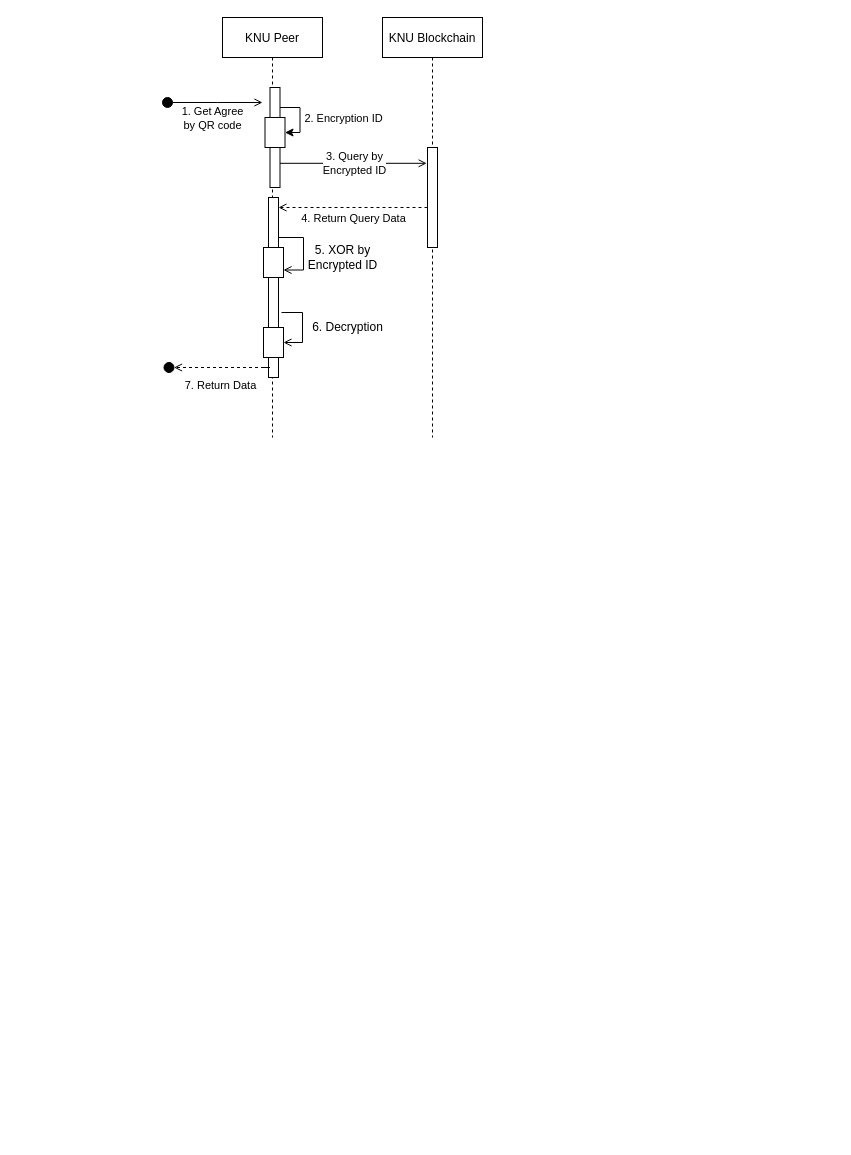
Above: page "query" (3 of 3) of Sequence Diagram.drawio in GunhyungKim/TrackingSystem (draw.io), before the change. Source tidied: cells renumbered, new cells numbered last; positions are measured from the earlier drawing's top-left corner, leaving out a move shared by most shapes. Both pictures are drawn from the tidied source at 100%, with x=0, y=0 at pixel (162, 17).
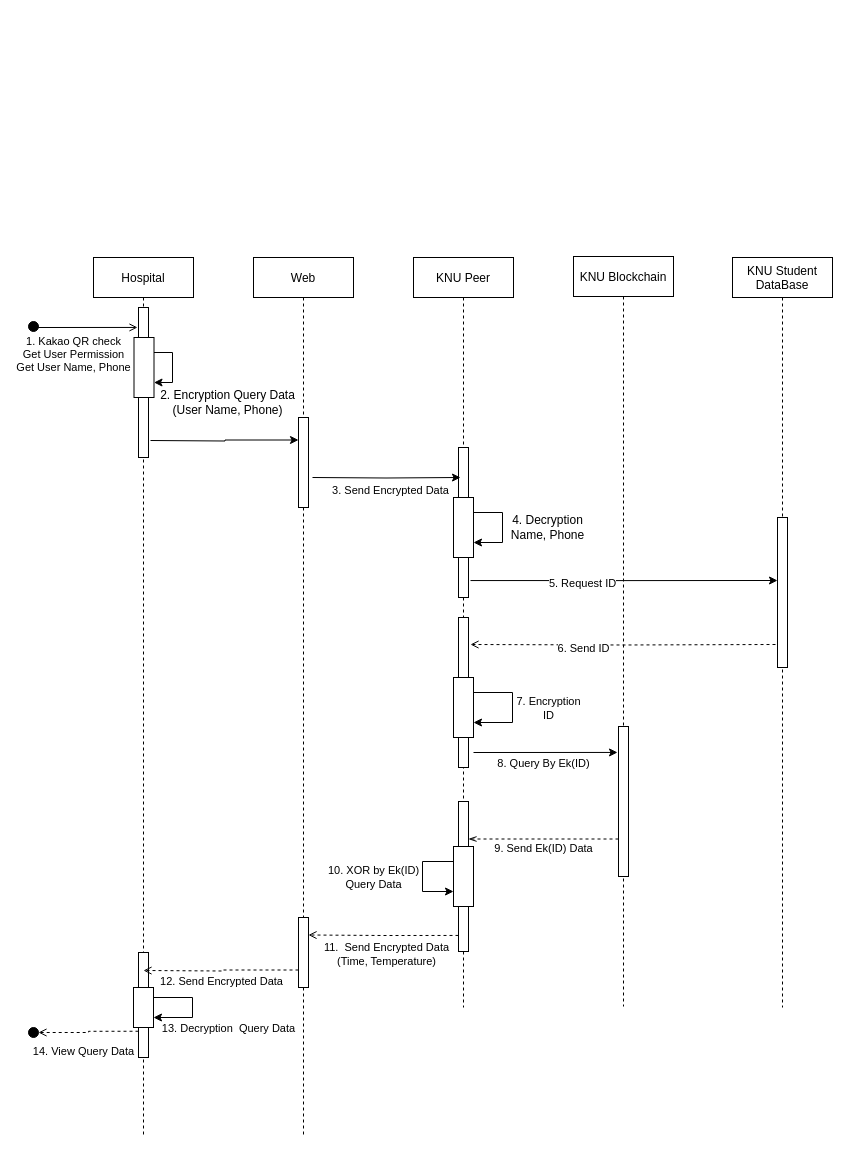
After the change.

Change to the diagram source:
```diff
@@
+    <mxCell id="26" value="Web" style="shape=umlLifeline;perimeter=lifelinePerimeter;rounded=0;shadow=0;strokeWidth=1;" parent="1" vertex="1">
+      <mxGeometry x="91" y="240" width="100" height="880" as="geometry" />
+    </mxCell>
+    <mxCell id="27" style="rounded=0;whiteSpace=wrap;html=1;" parent="26" vertex="1">
+      <mxGeometry x="45" y="160" width="10" height="90" as="geometry" />
+    </mxCell>
+    <mxCell id="28" style="rounded=0;whiteSpace=wrap;html=1;" parent="26" vertex="1">
+      <mxGeometry x="45" y="660" width="10" height="70" as="geometry" />
+    </mxCell>
+    <mxCell id="4" value="KNU Peer" style="shape=umlLifeline;perimeter=lifelinePerimeter;rounded=0;shadow=0;strokeWidth=1;" parent="1" vertex="1">
+      <mxGeometry x="251" y="240" width="100" height="750" as="geometry" />
+    </mxCell>
+    <mxCell id="29" style="rounded=0;whiteSpace=wrap;html=1;" parent="4" vertex="1">
+      <mxGeometry x="45" y="190" width="10" height="150" as="geometry" />
+    </mxCell>
+    <mxCell id="30" style="rounded=0;whiteSpace=wrap;html=1;fillColor=#FFFFFF;" parent="4" vertex="1">
+      <mxGeometry x="40" y="240" width="20" height="60" as="geometry" />
+    </mxCell>
+    <mxCell id="31" style="edgeStyle=orthogonalEdgeStyle;rounded=0;orthogonalLoop=1;jettySize=auto;html=1;exitX=1;exitY=0.25;exitDx=0;exitDy=0;entryX=1;entryY=0.75;entryDx=0;entryDy=0;" parent="4" edge="1" source="30" target="30">
+      <mxGeometry relative="1" as="geometry">
+        <Array as="points">
+          <mxPoint x="89" y="255" />
+          <mxPoint x="89" y="285" />
+        </Array>
+      </mxGeometry>
+    </mxCell>
+    <mxCell id="32" style="rounded=0;whiteSpace=wrap;html=1;" parent="4" vertex="1">
+      <mxGeometry x="45" y="360" width="10" height="150" as="geometry" />
+    </mxCell>
+    <mxCell id="33" style="rounded=0;whiteSpace=wrap;html=1;fillColor=#FFFFFF;" parent="4" vertex="1">
+      <mxGeometry x="40" y="420" width="20" height="60" as="geometry" />
+    </mxCell>
+    <mxCell id="34" style="edgeStyle=orthogonalEdgeStyle;rounded=0;orthogonalLoop=1;jettySize=auto;html=1;exitX=1;exitY=0.25;exitDx=0;exitDy=0;entryX=1;entryY=0.75;entryDx=0;entryDy=0;" parent="4" edge="1" source="33" target="33">
+      <mxGeometry relative="1" as="geometry">
+        <Array as="points">
+          <mxPoint x="99" y="435" />
+          <mxPoint x="99" y="465" />
+        </Array>
+      </mxGeometry>
+    </mxCell>
+    <mxCell id="35" value="7. Encryption&lt;br&gt;ID" style="edgeLabel;html=1;align=center;verticalAlign=middle;" parent="34" vertex="1">
+      <mxGeometry x="-0.28" y="-6" relative="1" as="geometry">
+        <mxPoint x="41" y="15" as="offset" />
+      </mxGeometry>
+    </mxCell>
+    <mxCell id="36" style="rounded=0;whiteSpace=wrap;html=1;" parent="4" vertex="1">
+      <mxGeometry x="45" y="544" width="10" height="150" as="geometry" />
+    </mxCell>
+    <mxCell id="37" style="rounded=0;whiteSpace=wrap;html=1;fillColor=#FFFFFF;" parent="4" vertex="1">
+      <mxGeometry x="40" y="589" width="20" height="60" as="geometry" />
+    </mxCell>
+    <mxCell id="38" style="edgeStyle=orthogonalEdgeStyle;rounded=0;orthogonalLoop=1;jettySize=auto;html=1;exitX=0;exitY=0.25;exitDx=0;exitDy=0;entryX=0;entryY=0.75;entryDx=0;entryDy=0;endArrow=classic;endFill=1;" parent="4" edge="1" source="37" target="37">
+      <mxGeometry relative="1" as="geometry">
+        <Array as="points">
+          <mxPoint x="9" y="604" />
+          <mxPoint x="9" y="634" />
+        </Array>
+      </mxGeometry>
+    </mxCell>
+    <mxCell id="39" value="10. XOR by Ek(ID)&lt;br&gt;Query Data" style="edgeLabel;html=1;align=center;verticalAlign=middle;" parent="38" vertex="1">
+      <mxGeometry x="-0.41" y="-3" relative="1" as="geometry">
+        <mxPoint x="-54" y="18" as="offset" />
+      </mxGeometry>
+    </mxCell>
     <mxCell id="2" value="KNU Blockchain" style="shape=umlLifeline;perimeter=lifelinePerimeter;rounded=0;shadow=0;strokeWidth=1;" parent="1" vertex="1">
-      <mxGeometry x="220" width="100" height="420" as="geometry" />
+      <mxGeometry x="411" y="239" width="100" height="750" as="geometry" />
     </mxCell>
-    <mxCell id="3" style="rounded=0;whiteSpace=wrap;html=1;" parent="2" vertex="1">
-      <mxGeometry x="45" y="130" width="10" height="100" as="geometry" />
-    </mxCell>
-    <mxCell id="4" value="KNU Peer" style="shape=umlLifeline;perimeter=lifelinePerimeter;rounded=0;shadow=0;strokeWidth=1;" parent="1" vertex="1">
-      <mxGeometry x="60" width="100" height="420" as="geometry" />
-    </mxCell>
-    <mxCell id="5" style="edgeStyle=orthogonalEdgeStyle;rounded=0;jettySize=auto;html=1;entryX=1;entryY=0.75;entryDx=0;entryDy=0;endArrow=open;endFill=0;" parent="4" edge="1" target="8">
-      <mxGeometry relative="1" as="geometry">
-        <mxPoint x="51" y="220" as="sourcePoint" />
-        <Array as="points">
-          <mxPoint x="56" y="220" />
-          <mxPoint x="81" y="220" />
-          <mxPoint x="81" y="253" />
-        </Array>
-      </mxGeometry>
-    </mxCell>
-    <mxCell id="6" style="edgeStyle=orthogonalEdgeStyle;rounded=0;jettySize=auto;html=1;exitX=1.3;exitY=0.639;exitDx=0;exitDy=0;entryX=1;entryY=0.5;entryDx=0;entryDy=0;endArrow=open;endFill=0;exitPerimeter=0;" parent="4" edge="1" source="7" target="9">
-      <mxGeometry relative="1" as="geometry">
-        <Array as="points">
-          <mxPoint x="80" y="295" />
-          <mxPoint x="80" y="325" />
-        </Array>
-      </mxGeometry>
-    </mxCell>
-    <mxCell id="7" style="rounded=0;whiteSpace=wrap;html=1;" parent="4" vertex="1">
-      <mxGeometry x="46" y="180" width="10" height="180" as="geometry" />
-    </mxCell>
-    <mxCell id="8" style="rounded=0;whiteSpace=wrap;html=1;fillColor=#FFFFFF;" parent="4" vertex="1">
-      <mxGeometry x="41" y="230" width="20" height="30" as="geometry" />
-    </mxCell>
-    <mxCell id="9" style="rounded=0;whiteSpace=wrap;html=1;fillColor=#FFFFFF;" parent="4" vertex="1">
-      <mxGeometry x="41" y="310" width="20" height="30" as="geometry" />
-    </mxCell>
-    <mxCell id="10" style="edgeStyle=orthogonalEdgeStyle;rounded=0;jettySize=auto;html=1;exitX=1;exitY=0.5;exitDx=0;exitDy=0;endArrow=open;endFill=0;" parent="1" edge="1" source="12">
-      <mxGeometry relative="1" as="geometry">
-        <mxPoint x="100" y="85" as="targetPoint" />
-      </mxGeometry>
-    </mxCell>
-    <mxCell id="11" value="1. Get Agree&lt;br&gt;by QR code" style="edgeLabel;html=1;align=center;verticalAlign=middle;" parent="10" vertex="1">
-      <mxGeometry x="0.26" y="1" relative="1" as="geometry">
-        <mxPoint x="-16.7" y="16" as="offset" />
-      </mxGeometry>
-    </mxCell>
-    <mxCell id="12" style="ellipse;whiteSpace=wrap;html=1;fillColor=#000000;" parent="1" vertex="1">
-      <mxGeometry y="80" width="10" height="10" as="geometry" />
-    </mxCell>
-    <mxCell id="13" style="edgeStyle=orthogonalEdgeStyle;rounded=0;jettySize=auto;html=1;entryX=1;entryY=0.5;entryDx=0;entryDy=0;" parent="1" edge="1" source="17" target="18">
-      <mxGeometry relative="1" as="geometry">
-        <Array as="points">
-          <mxPoint x="137.5" y="90" />
-          <mxPoint x="137.5" y="115" />
-        </Array>
-      </mxGeometry>
-    </mxCell>
-    <mxCell id="14" value="2. Encryption ID" style="edgeLabel;html=1;align=center;verticalAlign=middle;" parent="13" vertex="1">
-      <mxGeometry x="-0.5" y="-12" relative="1" as="geometry">
-        <mxPoint x="47.5" y="-2" as="offset" />
-      </mxGeometry>
-    </mxCell>
-    <mxCell id="15" style="edgeStyle=orthogonalEdgeStyle;rounded=0;jettySize=auto;html=1;exitX=1;exitY=0.75;exitDx=0;exitDy=0;endArrow=open;endFill=0;entryX=-0.083;entryY=0.158;entryDx=0;entryDy=0;entryPerimeter=0;" parent="1" edge="1" source="17" target="3">
-      <mxGeometry relative="1" as="geometry">
-        <Array as="points">
-          <mxPoint x="264" y="146" />
-        </Array>
-      </mxGeometry>
-    </mxCell>
-    <mxCell id="16" value="3. Query by&lt;br&gt;Encrypted ID" style="edgeLabel;html=1;align=center;verticalAlign=middle;" parent="15" vertex="1">
-      <mxGeometry x="-0.35" y="1" relative="1" as="geometry">
-        <mxPoint x="25.5" y="0.2" as="offset" />
-      </mxGeometry>
-    </mxCell>
-    <mxCell id="17" style="rounded=0;whiteSpace=wrap;html=1;" parent="1" vertex="1">
-      <mxGeometry x="107.5" y="70" width="10" height="100" as="geometry" />
-    </mxCell>
-    <mxCell id="18" style="rounded=0;whiteSpace=wrap;html=1;fillColor=#FFFFFF;" parent="1" vertex="1">
-      <mxGeometry x="102.5" y="100" width="20" height="30" as="geometry" />
-    </mxCell>
-    <mxCell id="19" style="edgeStyle=orthogonalEdgeStyle;rounded=0;orthogonalLoop=1;jettySize=auto;html=1;exitX=0;exitY=0.75;exitDx=0;exitDy=0;entryX=1;entryY=0.25;entryDx=0;entryDy=0;endArrow=open;endFill=0;dashed=1;" parent="1" edge="1">
-      <mxGeometry relative="1" as="geometry">
-        <mxPoint x="265" y="190" as="sourcePoint" />
-        <mxPoint x="116" y="190" as="targetPoint" />
-      </mxGeometry>
-    </mxCell>
-    <mxCell id="20" value="4. Return Query Data" style="edgeLabel;html=1;align=center;verticalAlign=middle;" parent="19" vertex="1">
-      <mxGeometry x="0.15" y="2" relative="1" as="geometry">
-        <mxPoint x="11" y="8" as="offset" />
-      </mxGeometry>
-    </mxCell>
-    <mxCell id="21" value="5. XOR by&lt;br&gt;Encrypted ID" style="text;html=1;align=center;verticalAlign=middle;fillColor=none;strokeColor=none;rounded=0;" parent="1" vertex="1">
-      <mxGeometry x="140" y="225" width="80" height="30" as="geometry" />
-    </mxCell>
-    <mxCell id="22" style="ellipse;whiteSpace=wrap;html=1;fillColor=#000000;" parent="1" vertex="1">
-      <mxGeometry x="1.5" y="345" width="10" height="10" as="geometry" />
-    </mxCell>
-    <mxCell id="23" style="edgeStyle=orthogonalEdgeStyle;rounded=0;jettySize=auto;html=1;entryX=1;entryY=0.5;entryDx=0;entryDy=0;endArrow=open;endFill=0;dashed=1;" parent="1" edge="1" target="22">
-      <mxGeometry relative="1" as="geometry">
-        <mxPoint x="101.5" y="350" as="sourcePoint" />
-        <Array as="points">
-          <mxPoint x="107.5" y="350" />
-        </Array>
-      </mxGeometry>
-    </mxCell>
-    <mxCell id="24" value="7. Return Data" style="edgeLabel;html=1;align=center;verticalAlign=middle;" parent="23" vertex="1">
-      <mxGeometry x="-0.06" y="3" relative="1" as="geometry">
-        <mxPoint x="-8" y="14" as="offset" />
-      </mxGeometry>
-    </mxCell>
-    <mxCell id="25" value="6. Decryption" style="text;html=1;align=center;verticalAlign=middle;fillColor=none;strokeColor=none;rounded=0;" parent="1" vertex="1">
-      <mxGeometry x="140" y="300" width="90" height="20" as="geometry" />
-    </mxCell>
+    <mxCell id="40" style="rounded=0;whiteSpace=wrap;html=1;" parent="2" vertex="1">
+      <mxGeometry x="45" y="470" width="10" height="150" as="geometry" />
+    </mxCell>
+    <mxCell id="41" value="Hospital" style="shape=umlLifeline;perimeter=lifelinePerimeter;rounded=0;shadow=0;strokeWidth=1;" parent="1" vertex="1">
+      <mxGeometry x="-69" y="240" width="100" height="880" as="geometry" />
+    </mxCell>
+    <mxCell id="42" style="rounded=0;whiteSpace=wrap;html=1;" parent="41" vertex="1">
+      <mxGeometry x="45" y="50" width="10" height="150" as="geometry" />
+    </mxCell>
+    <mxCell id="43" style="rounded=0;whiteSpace=wrap;html=1;fillColor=#FFFFFF;" parent="41" vertex="1">
+      <mxGeometry x="40.5" y="80" width="20" height="60" as="geometry" />
+    </mxCell>
+    <mxCell id="44" style="edgeStyle=orthogonalEdgeStyle;rounded=0;orthogonalLoop=1;jettySize=auto;html=1;exitX=1;exitY=0.25;exitDx=0;exitDy=0;entryX=1;entryY=0.75;entryDx=0;entryDy=0;" parent="41" edge="1" source="43" target="43">
+      <mxGeometry relative="1" as="geometry">
+        <Array as="points">
+          <mxPoint x="79" y="95" />
+          <mxPoint x="79" y="125" />
+        </Array>
+      </mxGeometry>
+    </mxCell>
+    <mxCell id="45" style="rounded=0;whiteSpace=wrap;html=1;" parent="41" vertex="1">
+      <mxGeometry x="45" y="695" width="10" height="105" as="geometry" />
+    </mxCell>
+    <mxCell id="46" style="rounded=0;whiteSpace=wrap;html=1;fillColor=#FFFFFF;" parent="41" vertex="1">
+      <mxGeometry x="40" y="730" width="20" height="40" as="geometry" />
+    </mxCell>
+    <mxCell id="47" style="edgeStyle=orthogonalEdgeStyle;rounded=0;orthogonalLoop=1;jettySize=auto;html=1;exitX=1;exitY=0.25;exitDx=0;exitDy=0;entryX=1;entryY=0.75;entryDx=0;entryDy=0;endArrow=classic;endFill=1;" parent="41" edge="1" source="46" target="46">
+      <mxGeometry relative="1" as="geometry">
+        <Array as="points">
+          <mxPoint x="99" y="740" />
+          <mxPoint x="99" y="760" />
+        </Array>
+      </mxGeometry>
+    </mxCell>
+    <mxCell id="48" value="13. Decryption&amp;nbsp; Query Data" style="edgeLabel;html=1;align=center;verticalAlign=middle;" parent="47" vertex="1">
+      <mxGeometry x="0.35" y="4" relative="1" as="geometry">
+        <mxPoint x="42" y="6" as="offset" />
+      </mxGeometry>
+    </mxCell>
+    <mxCell id="49" style="ellipse;whiteSpace=wrap;html=1;fillColor=#000000;" parent="1" vertex="1">
+      <mxGeometry x="-134" y="304" width="10" height="10" as="geometry" />
+    </mxCell>
+    <mxCell id="50" style="edgeStyle=orthogonalEdgeStyle;rounded=0;jettySize=auto;html=1;exitX=1;exitY=0.5;exitDx=0;exitDy=0;endArrow=open;endFill=0;entryX=-0.1;entryY=0.133;entryDx=0;entryDy=0;entryPerimeter=0;" parent="1" edge="1" source="49" target="42">
+      <mxGeometry relative="1" as="geometry">
+        <Array as="points">
+          <mxPoint x="-124" y="310" />
+        </Array>
+      </mxGeometry>
+    </mxCell>
+    <mxCell id="51" value="1. Kakao QR check&lt;br&gt;Get User Permission&lt;br&gt;Get User Name, Phone" style="edgeLabel;html=1;align=center;verticalAlign=middle;" parent="50" vertex="1">
+      <mxGeometry x="0.26" y="1" relative="1" as="geometry">
+        <mxPoint x="-27" y="28" as="offset" />
+      </mxGeometry>
+    </mxCell>
+    <mxCell id="52" value="2. Encryption Query Data&lt;br&gt;(User Name, Phone)" style="text;html=1;align=center;verticalAlign=middle;" parent="1" vertex="1">
+      <mxGeometry x="-10" y="370" width="150" height="30" as="geometry" />
+    </mxCell>
+    <mxCell id="53" style="edgeStyle=orthogonalEdgeStyle;rounded=0;jettySize=auto;html=1;entryX=0;entryY=0.25;entryDx=0;entryDy=0;" parent="1" edge="1" target="27">
+      <mxGeometry relative="1" as="geometry">
+        <mxPoint x="-12" y="423" as="sourcePoint" />
+      </mxGeometry>
+    </mxCell>
+    <mxCell id="54" style="edgeStyle=orthogonalEdgeStyle;rounded=0;jettySize=auto;html=1;entryX=0.2;entryY=0.2;entryDx=0;entryDy=0;entryPerimeter=0;" parent="1" edge="1" target="29">
+      <mxGeometry relative="1" as="geometry">
+        <mxPoint x="150" y="460" as="sourcePoint" />
+      </mxGeometry>
+    </mxCell>
+    <mxCell id="55" value="3. Send Encrypted Data" style="edgeLabel;html=1;align=center;verticalAlign=middle;" parent="54" vertex="1">
+      <mxGeometry x="-0.17" y="-4" relative="1" as="geometry">
+        <mxPoint x="16" y="8.5" as="offset" />
+      </mxGeometry>
+    </mxCell>
+    <mxCell id="56" value="KNU Student&#10;DataBase" style="shape=umlLifeline;perimeter=lifelinePerimeter;rounded=0;shadow=0;strokeWidth=1;" parent="1" vertex="1">
+      <mxGeometry x="570" y="240" width="100" height="750" as="geometry" />
+    </mxCell>
+    <mxCell id="57" style="rounded=0;whiteSpace=wrap;html=1;" parent="56" vertex="1">
+      <mxGeometry x="45" y="260" width="10" height="150" as="geometry" />
+    </mxCell>
+    <mxCell id="58" value="4. Decryption&lt;br&gt;Name, Phone" style="text;html=1;align=center;verticalAlign=middle;" parent="1" vertex="1">
+      <mxGeometry x="340" y="495" width="90" height="30" as="geometry" />
+    </mxCell>
+    <mxCell id="59" style="edgeStyle=orthogonalEdgeStyle;rounded=0;jettySize=auto;html=1;exitX=1.2;exitY=0.887;exitDx=0;exitDy=0;entryX=0;entryY=0.42;entryDx=0;entryDy=0;exitPerimeter=0;entryPerimeter=0;" parent="1" edge="1" source="29" target="57">
+      <mxGeometry relative="1" as="geometry" />
+    </mxCell>
+    <mxCell id="60" value="5. Request ID" style="edgeLabel;html=1;align=center;verticalAlign=middle;" parent="59" vertex="1">
+      <mxGeometry x="-0.38" y="-2" relative="1" as="geometry">
+        <mxPoint x="16.4" as="offset" />
+      </mxGeometry>
+    </mxCell>
+    <mxCell id="61" style="edgeStyle=orthogonalEdgeStyle;rounded=0;jettySize=auto;html=1;entryX=1.2;entryY=0.18;entryDx=0;entryDy=0;entryPerimeter=0;dashed=1;endArrow=open;endFill=0;" parent="1" edge="1" target="32">
+      <mxGeometry relative="1" as="geometry">
+        <mxPoint x="613" y="627" as="sourcePoint" />
+      </mxGeometry>
+    </mxCell>
+    <mxCell id="62" value="6. Send ID" style="edgeLabel;html=1;align=center;verticalAlign=middle;" parent="61" vertex="1">
+      <mxGeometry x="0.57" y="3" relative="1" as="geometry">
+        <mxPoint x="47" as="offset" />
+      </mxGeometry>
+    </mxCell>
+    <mxCell id="63" style="edgeStyle=orthogonalEdgeStyle;rounded=0;jettySize=auto;html=1;exitX=1.5;exitY=0.9;exitDx=0;exitDy=0;entryX=-0.1;entryY=0.173;entryDx=0;entryDy=0;endArrow=classic;endFill=1;exitPerimeter=0;entryPerimeter=0;" parent="1" edge="1" source="32" target="40">
+      <mxGeometry relative="1" as="geometry" />
+    </mxCell>
+    <mxCell id="64" value="8. Query By Ek(ID)" style="edgeLabel;html=1;align=center;verticalAlign=middle;" parent="63" vertex="1">
+      <mxGeometry x="-0.25" y="-1" relative="1" as="geometry">
+        <mxPoint x="15" y="10" as="offset" />
+      </mxGeometry>
+    </mxCell>
+    <mxCell id="65" style="edgeStyle=orthogonalEdgeStyle;rounded=0;jettySize=auto;html=1;exitX=0;exitY=0.75;exitDx=0;exitDy=0;entryX=1;entryY=0.25;entryDx=0;entryDy=0;endArrow=openThin;endFill=0;dashed=1;" parent="1" edge="1" source="40" target="36">
+      <mxGeometry relative="1" as="geometry" />
+    </mxCell>
+    <mxCell id="66" value="9. Send Ek(ID) Data" style="edgeLabel;html=1;align=center;verticalAlign=middle;" parent="65" vertex="1">
+      <mxGeometry x="0.31" y="4" relative="1" as="geometry">
+        <mxPoint x="22" y="4.5" as="offset" />
+      </mxGeometry>
+    </mxCell>
+    <mxCell id="67" style="edgeStyle=orthogonalEdgeStyle;rounded=0;jettySize=auto;html=1;exitX=0;exitY=0.893;exitDx=0;exitDy=0;entryX=1;entryY=0.25;entryDx=0;entryDy=0;endArrow=open;endFill=0;exitPerimeter=0;dashed=1;" parent="1" edge="1" source="36" target="28">
+      <mxGeometry relative="1" as="geometry" />
+    </mxCell>
+    <mxCell id="68" value="11.&amp;nbsp; Send Encrypted Data&lt;br&gt;(Time, Temperature)" style="edgeLabel;html=1;align=center;verticalAlign=middle;" parent="67" vertex="1">
+      <mxGeometry x="0.35" y="2" relative="1" as="geometry">
+        <mxPoint x="28.5" y="16.5" as="offset" />
+      </mxGeometry>
+    </mxCell>
+    <mxCell id="69" style="edgeStyle=orthogonalEdgeStyle;rounded=0;jettySize=auto;html=1;exitX=0;exitY=0.75;exitDx=0;exitDy=0;endArrow=open;endFill=0;dashed=1;" parent="1" edge="1" source="28">
+      <mxGeometry relative="1" as="geometry">
+        <mxPoint x="-19" y="953" as="targetPoint" />
+      </mxGeometry>
+    </mxCell>
+    <mxCell id="70" value="12. Send Encrypted Data" style="edgeLabel;html=1;align=center;verticalAlign=middle;" parent="69" vertex="1">
+      <mxGeometry x="0.23" y="2" relative="1" as="geometry">
+        <mxPoint x="18" y="8.5" as="offset" />
+      </mxGeometry>
+    </mxCell>
+    <mxCell id="71" style="ellipse;whiteSpace=wrap;html=1;fillColor=#000000;" parent="1" vertex="1">
+      <mxGeometry x="-134" y="1010" width="10" height="10" as="geometry" />
+    </mxCell>
+    <mxCell id="72" style="edgeStyle=orthogonalEdgeStyle;rounded=0;jettySize=auto;html=1;exitX=0;exitY=0.75;exitDx=0;exitDy=0;entryX=1;entryY=0.5;entryDx=0;entryDy=0;endArrow=open;endFill=0;dashed=1;" parent="1" edge="1" source="45" target="71">
+      <mxGeometry relative="1" as="geometry" />
+    </mxCell>
+    <mxCell id="73" value="14. View Query Data" style="edgeLabel;html=1;align=center;verticalAlign=middle;" parent="72" vertex="1">
+      <mxGeometry x="0.28" y="1" relative="1" as="geometry">
+        <mxPoint x="8.5" y="17" as="offset" />
+      </mxGeometry>
+    </mxCell>
```
